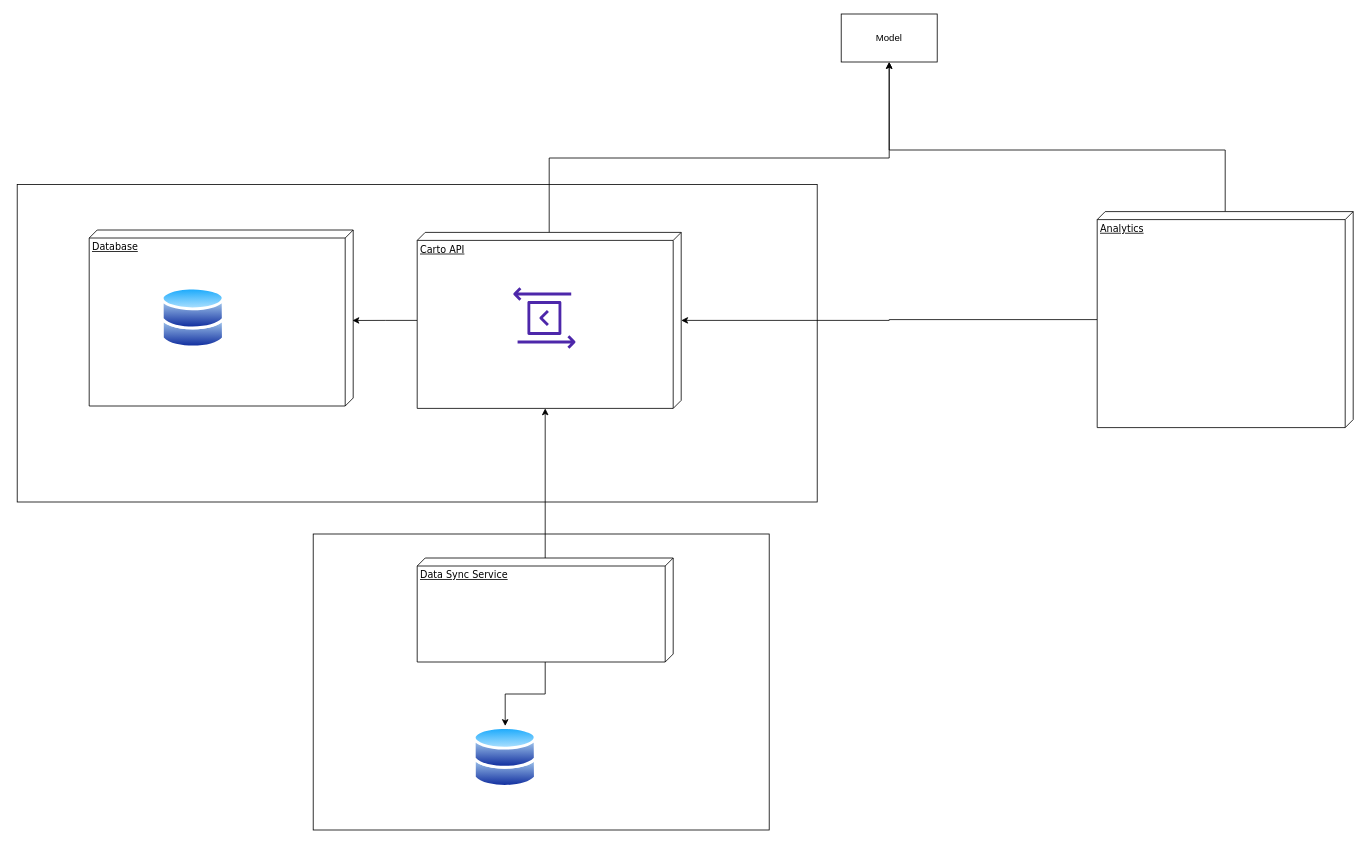
Earlier version of the draw.io diagram Carto Analytics.drawio (AmolSJawalkar/DrawIO). Source tidied: cells renumbered, new cells numbered last; positions are measured from the earlier drawing's top-left corner, leaving out a move shared by most shapes. Both pictures are drawn from the tidied source at 80%, with x=0, y=0 at pixel (17, 14).
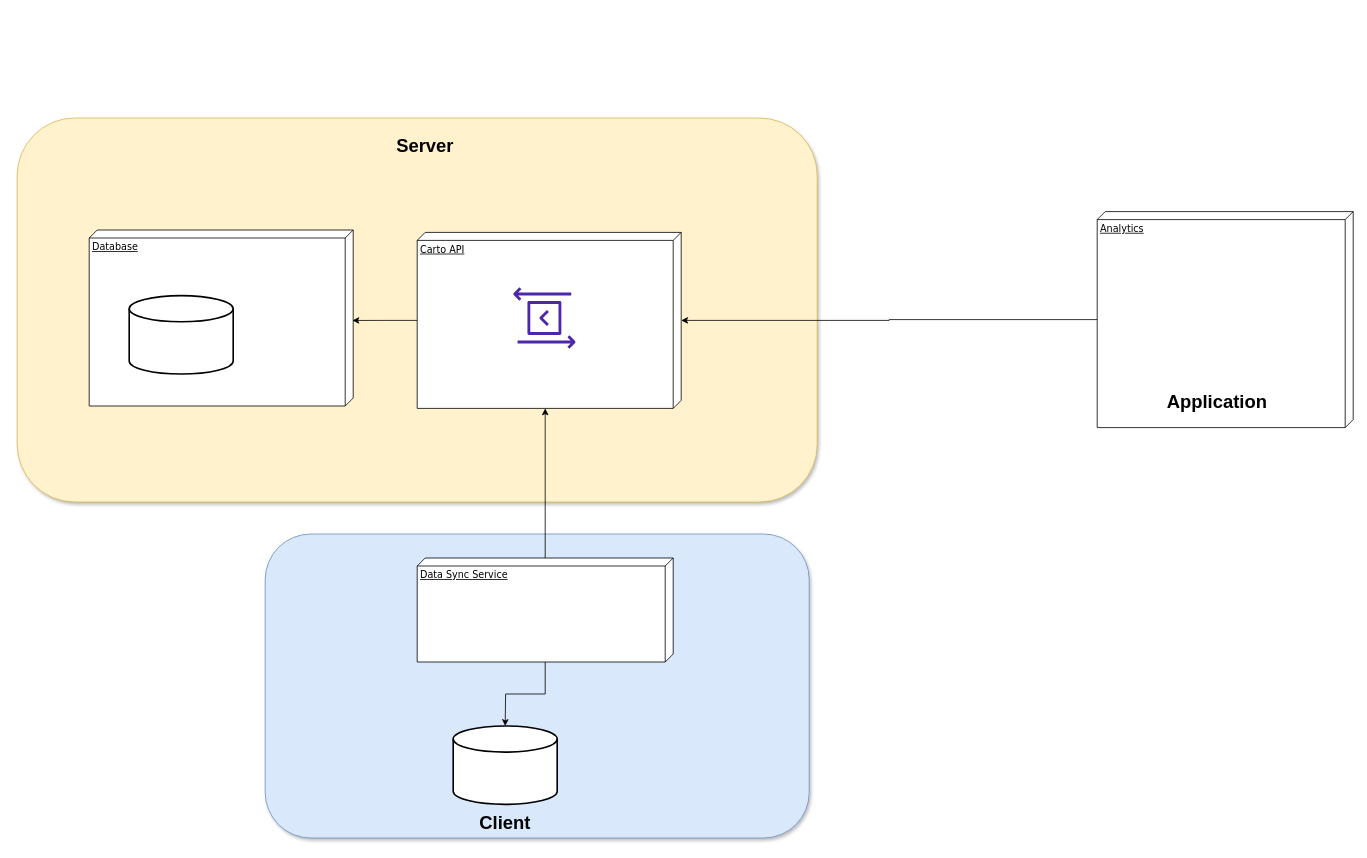
The same page after the edit.

The change refers to these unchanged cells:
```xml
<mxCell id="7" value="Carto API" style="verticalAlign=top;align=left;spacingTop=8;spacingLeft=2;spacingRight=12;shape=cube;size=10;direction=south;fontStyle=4;html=1;rounded=0;shadow=0;comic=0;labelBackgroundColor=none;strokeWidth=1;fontFamily=Verdana;fontSize=12;" parent="1" vertex="1">
  <mxGeometry x="500" y="273" width="330" height="220" as="geometry" />
</mxCell>
<mxCell id="10" value="Analytics" style="verticalAlign=top;align=left;spacingTop=8;spacingLeft=2;spacingRight=12;shape=cube;size=10;direction=south;fontStyle=4;html=1;rounded=0;shadow=0;comic=0;labelBackgroundColor=none;strokeWidth=1;fontFamily=Verdana;fontSize=12;" parent="1" vertex="1">
  <mxGeometry x="1350" y="247" width="320" height="270" as="geometry" />
</mxCell>
<mxCell id="15" value="Data Sync Service" style="verticalAlign=top;align=left;spacingTop=8;spacingLeft=2;spacingRight=12;shape=cube;size=10;direction=south;fontStyle=4;html=1;rounded=0;shadow=0;comic=0;labelBackgroundColor=none;strokeWidth=1;fontFamily=Verdana;fontSize=12;" parent="1" vertex="1">
  <mxGeometry x="500" y="680" width="320" height="130" as="geometry" />
</mxCell>
```

The edit, as a diff of the source:
```diff
@@
-    <mxCell id="2" style="rounded=0;whiteSpace=wrap;html=1;" parent="1" vertex="1">
-      <mxGeometry x="370" y="650" width="570" height="370" as="geometry" />
+    <mxCell id="2" style="rounded=1;whiteSpace=wrap;html=1;fillColor=#dae8fc;strokeColor=#6c8ebf;glass=0;shadow=1;" parent="1" vertex="1">
+      <mxGeometry x="310" y="650" width="680" height="380" as="geometry" />
     </mxCell>
-    <mxCell id="3" style="rounded=0;whiteSpace=wrap;html=1;" parent="1" vertex="1">
-      <mxGeometry y="213" width="1000" height="397" as="geometry" />
+    <mxCell id="3" style="rounded=1;whiteSpace=wrap;html=1;fillColor=#fff2cc;strokeColor=#d6b656;glass=0;shadow=1;" parent="1" vertex="1">
+      <mxGeometry y="130" width="1000" height="480" as="geometry" />
     </mxCell>
@@
-    <mxCell id="6" style="edgeStyle=orthogonalEdgeStyle;rounded=0;jettySize=auto;html=1;entryX=0.5;entryY=1;entryDx=0;entryDy=0;" parent="1" edge="1" source="7" target="16">
-      <mxGeometry relative="1" as="geometry">
-        <Array as="points">
-          <mxPoint x="665" y="180" />
-          <mxPoint x="1090" y="180" />
-        </Array>
-      </mxGeometry>
-    </mxCell>
@@
-    <mxCell id="9" style="edgeStyle=orthogonalEdgeStyle;rounded=0;jettySize=auto;html=1;" parent="1" edge="1" source="10" target="16">
-      <mxGeometry relative="1" as="geometry">
-        <Array as="points">
-          <mxPoint x="1510" y="170" />
-          <mxPoint x="1090" y="170" />
-        </Array>
-      </mxGeometry>
-    </mxCell>
@@
-    <mxCell id="11" style="image;perimeter=ellipsePerimeter;html=1;align=center;shadow=0;dashed=0;spacingTop=3;image=img/lib/active_directory/databases.svg;" parent="1" vertex="1">
-      <mxGeometry x="180" y="340.8" width="80" height="78.4" as="geometry" />
-    </mxCell>
@@
-    <mxCell id="14" style="edgeStyle=orthogonalEdgeStyle;rounded=0;jettySize=auto;html=1;entryX=0.5;entryY=0;entryDx=0;entryDy=0;" parent="1" edge="1" source="15" target="17">
-      <mxGeometry relative="1" as="geometry" />
+    <mxCell id="14" style="edgeStyle=orthogonalEdgeStyle;rounded=0;jettySize=auto;html=1;entryX=0.5;entryY=0;entryDx=0;entryDy=0;" parent="1" edge="1" source="15">
+      <mxGeometry relative="1" as="geometry">
+        <mxPoint x="610" y="890" as="targetPoint" />
+      </mxGeometry>
     </mxCell>
@@
-    <mxCell id="16" value="Model" style="rounded=0;whiteSpace=wrap;html=1;" parent="1" vertex="1">
-      <mxGeometry x="1030" width="120" height="60" as="geometry" />
-    </mxCell>
-    <mxCell id="17" style="image;perimeter=ellipsePerimeter;html=1;align=center;shadow=0;dashed=0;spacingTop=3;image=img/lib/active_directory/databases.svg;" parent="1" vertex="1">
-      <mxGeometry x="570" y="890" width="80" height="78.4" as="geometry" />
-    </mxCell>
+    <mxCell id="18" value="Server" style="text;html=1;strokeColor=none;fillColor=none;align=center;verticalAlign=middle;whiteSpace=wrap;rounded=0;fontStyle=1;fontSize=23;" parent="1" vertex="1">
+      <mxGeometry x="430" y="140" width="160" height="50" as="geometry" />
+    </mxCell>
+    <mxCell id="19" value="Client" style="text;html=1;strokeColor=none;fillColor=none;align=center;verticalAlign=middle;whiteSpace=wrap;rounded=0;fontStyle=1;fontSize=23;" parent="1" vertex="1">
+      <mxGeometry x="530" y="991" width="160" height="40" as="geometry" />
+    </mxCell>
+    <mxCell id="20" value="Application" style="text;html=1;strokeColor=none;fillColor=none;align=center;verticalAlign=middle;whiteSpace=wrap;rounded=0;fontStyle=1;fontSize=23;" parent="1" vertex="1">
+      <mxGeometry x="1420" y="460" width="160" height="50" as="geometry" />
+    </mxCell>
+    <mxCell id="21" style="strokeWidth=2;html=1;shape=mxgraph.flowchart.database;whiteSpace=wrap;" parent="1" vertex="1">
+      <mxGeometry x="140" y="352" width="130" height="98" as="geometry" />
+    </mxCell>
+    <mxCell id="22" style="strokeWidth=2;html=1;shape=mxgraph.flowchart.database;whiteSpace=wrap;" parent="1" vertex="1">
+      <mxGeometry x="545" y="890" width="130" height="98" as="geometry" />
+    </mxCell>
```
